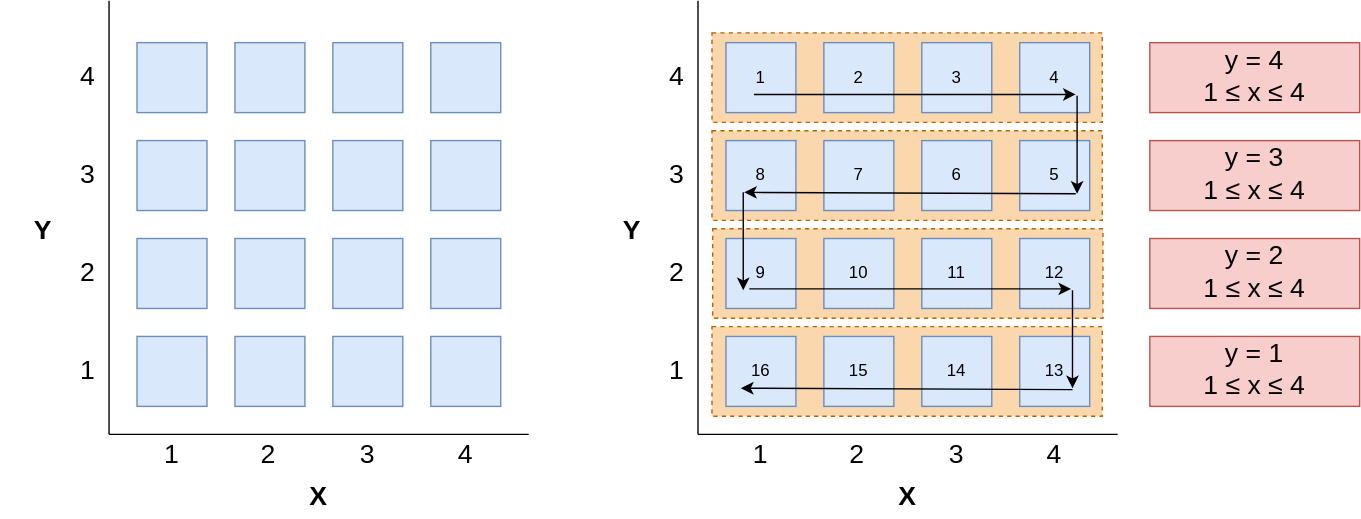
addu390/addu390.github.io keeps this draw.io diagram as assets/posts/spatial-index/space-filling-trivial-details.svg. Above is the earlier version. Source tidied: cells renumbered, new cells last; positions are measured from the earlier drawing's top-left corner, leaving out a move shared by most shapes.
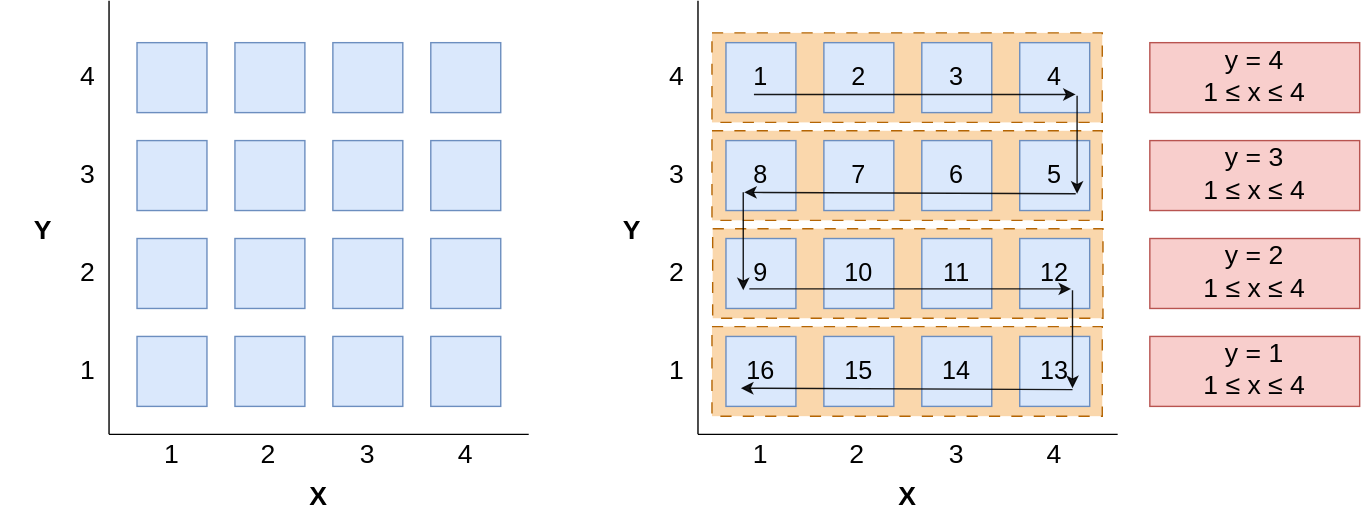
After the commit.

Diff of the diagram source:
```diff
@@ -2,64 +2,64 @@
   <root>
     <mxCell id="0" />
     <mxCell id="1" parent="0" />
-    <mxCell id="2" style="rounded=0;whiteSpace=wrap;html=1;fillColor=#fad7ac;strokeColor=#b46504;dashed=1;" parent="1" vertex="1">
+    <mxCell id="2" style="rounded=0;whiteSpace=wrap;html=1;fillColor=#fad7ac;strokeColor=#b46504;dashed=1;dashPattern=8 8;" parent="1" vertex="1">
       <mxGeometry x="508" y="93" width="279" height="64" as="geometry" />
     </mxCell>
-    <mxCell id="3" style="rounded=0;whiteSpace=wrap;html=1;fillColor=#fad7ac;strokeColor=#b46504;dashed=1;" parent="1" vertex="1">
+    <mxCell id="3" style="rounded=0;whiteSpace=wrap;html=1;fillColor=#fad7ac;strokeColor=#b46504;dashed=1;dashPattern=8 8;" parent="1" vertex="1">
       <mxGeometry x="508.5" y="163" width="279" height="64" as="geometry" />
     </mxCell>
-    <mxCell id="4" style="rounded=0;whiteSpace=wrap;html=1;fillColor=#fad7ac;strokeColor=#b46504;dashed=1;" parent="1" vertex="1">
+    <mxCell id="4" style="rounded=0;whiteSpace=wrap;html=1;fillColor=#fad7ac;strokeColor=#b46504;dashed=1;dashPattern=8 8;" parent="1" vertex="1">
       <mxGeometry x="508" y="233" width="279" height="64" as="geometry" />
     </mxCell>
-    <mxCell id="5" style="rounded=0;whiteSpace=wrap;html=1;fillColor=#fad7ac;strokeColor=#b46504;dashed=1;" parent="1" vertex="1">
+    <mxCell id="5" style="rounded=0;whiteSpace=wrap;html=1;fillColor=#fad7ac;strokeColor=#b46504;dashed=1;dashPattern=8 8;" parent="1" vertex="1">
       <mxGeometry x="508" y="23" width="279" height="64" as="geometry" />
     </mxCell>
-    <mxCell id="6" value="16" style="rounded=0;whiteSpace=wrap;html=1;fillColor=#dae8fc;strokeColor=#6c8ebf;" parent="1" vertex="1">
+    <mxCell id="6" value="16" style="rounded=0;whiteSpace=wrap;html=1;fillColor=#dae8fc;strokeColor=#6c8ebf;fontSize=18;" parent="1" vertex="1">
       <mxGeometry x="518" y="240" width="50" height="50" as="geometry" />
     </mxCell>
-    <mxCell id="7" value="15" style="rounded=0;whiteSpace=wrap;html=1;fillColor=#dae8fc;strokeColor=#6c8ebf;" parent="1" vertex="1">
+    <mxCell id="7" value="15" style="rounded=0;whiteSpace=wrap;html=1;fillColor=#dae8fc;strokeColor=#6c8ebf;fontSize=18;" parent="1" vertex="1">
       <mxGeometry x="588" y="240" width="50" height="50" as="geometry" />
     </mxCell>
-    <mxCell id="8" value="14" style="rounded=0;whiteSpace=wrap;html=1;fillColor=#dae8fc;strokeColor=#6c8ebf;" parent="1" vertex="1">
+    <mxCell id="8" value="14" style="rounded=0;whiteSpace=wrap;html=1;fillColor=#dae8fc;strokeColor=#6c8ebf;fontSize=18;" parent="1" vertex="1">
       <mxGeometry x="658" y="240" width="50" height="50" as="geometry" />
     </mxCell>
-    <mxCell id="9" value="13" style="rounded=0;whiteSpace=wrap;html=1;fillColor=#dae8fc;strokeColor=#6c8ebf;" parent="1" vertex="1">
+    <mxCell id="9" value="13" style="rounded=0;whiteSpace=wrap;html=1;fillColor=#dae8fc;strokeColor=#6c8ebf;fontSize=18;" parent="1" vertex="1">
       <mxGeometry x="728" y="240" width="50" height="50" as="geometry" />
     </mxCell>
-    <mxCell id="10" value="9" style="rounded=0;whiteSpace=wrap;html=1;fillColor=#dae8fc;strokeColor=#6c8ebf;" parent="1" vertex="1">
+    <mxCell id="10" value="9" style="rounded=0;whiteSpace=wrap;html=1;fillColor=#dae8fc;strokeColor=#6c8ebf;fontSize=18;" parent="1" vertex="1">
       <mxGeometry x="518" y="170" width="50" height="50" as="geometry" />
     </mxCell>
-    <mxCell id="11" value="10" style="rounded=0;whiteSpace=wrap;html=1;fillColor=#dae8fc;strokeColor=#6c8ebf;" parent="1" vertex="1">
+    <mxCell id="11" value="10" style="rounded=0;whiteSpace=wrap;html=1;fillColor=#dae8fc;strokeColor=#6c8ebf;fontSize=18;" parent="1" vertex="1">
       <mxGeometry x="588" y="170" width="50" height="50" as="geometry" />
     </mxCell>
-    <mxCell id="12" value="11" style="rounded=0;whiteSpace=wrap;html=1;fillColor=#dae8fc;strokeColor=#6c8ebf;" parent="1" vertex="1">
+    <mxCell id="12" value="11" style="rounded=0;whiteSpace=wrap;html=1;fillColor=#dae8fc;strokeColor=#6c8ebf;fontSize=18;" parent="1" vertex="1">
       <mxGeometry x="658" y="170" width="50" height="50" as="geometry" />
     </mxCell>
-    <mxCell id="13" value="12" style="rounded=0;whiteSpace=wrap;html=1;fillColor=#dae8fc;strokeColor=#6c8ebf;" parent="1" vertex="1">
+    <mxCell id="13" value="12" style="rounded=0;whiteSpace=wrap;html=1;fillColor=#dae8fc;strokeColor=#6c8ebf;fontSize=18;" parent="1" vertex="1">
       <mxGeometry x="728" y="170" width="50" height="50" as="geometry" />
     </mxCell>
-    <mxCell id="14" value="8" style="rounded=0;whiteSpace=wrap;html=1;fillColor=#dae8fc;strokeColor=#6c8ebf;" parent="1" vertex="1">
+    <mxCell id="14" value="8" style="rounded=0;whiteSpace=wrap;html=1;fillColor=#dae8fc;strokeColor=#6c8ebf;fontSize=18;" parent="1" vertex="1">
       <mxGeometry x="518" y="100" width="50" height="50" as="geometry" />
     </mxCell>
-    <mxCell id="15" value="7" style="rounded=0;whiteSpace=wrap;html=1;fillColor=#dae8fc;strokeColor=#6c8ebf;" parent="1" vertex="1">
+    <mxCell id="15" value="7" style="rounded=0;whiteSpace=wrap;html=1;fillColor=#dae8fc;strokeColor=#6c8ebf;fontSize=18;" parent="1" vertex="1">
       <mxGeometry x="588" y="100" width="50" height="50" as="geometry" />
     </mxCell>
-    <mxCell id="16" value="6" style="rounded=0;whiteSpace=wrap;html=1;fillColor=#dae8fc;strokeColor=#6c8ebf;" parent="1" vertex="1">
+    <mxCell id="16" value="6" style="rounded=0;whiteSpace=wrap;html=1;fillColor=#dae8fc;strokeColor=#6c8ebf;fontSize=18;" parent="1" vertex="1">
       <mxGeometry x="658" y="100" width="50" height="50" as="geometry" />
     </mxCell>
-    <mxCell id="17" value="5" style="rounded=0;whiteSpace=wrap;html=1;fillColor=#dae8fc;strokeColor=#6c8ebf;" parent="1" vertex="1">
+    <mxCell id="17" value="5" style="rounded=0;whiteSpace=wrap;html=1;fillColor=#dae8fc;strokeColor=#6c8ebf;fontSize=18;" parent="1" vertex="1">
       <mxGeometry x="728" y="100" width="50" height="50" as="geometry" />
     </mxCell>
-    <mxCell id="18" value="1" style="rounded=0;whiteSpace=wrap;html=1;fillColor=#dae8fc;strokeColor=#6c8ebf;" parent="1" vertex="1">
+    <mxCell id="18" value="1" style="rounded=0;whiteSpace=wrap;html=1;fillColor=#dae8fc;strokeColor=#6c8ebf;fontSize=18;" parent="1" vertex="1">
       <mxGeometry x="518" y="30" width="50" height="50" as="geometry" />
     </mxCell>
-    <mxCell id="19" value="2" style="rounded=0;whiteSpace=wrap;html=1;fillColor=#dae8fc;strokeColor=#6c8ebf;" parent="1" vertex="1">
+    <mxCell id="19" value="2" style="rounded=0;whiteSpace=wrap;html=1;fillColor=#dae8fc;strokeColor=#6c8ebf;fontSize=18;" parent="1" vertex="1">
       <mxGeometry x="588" y="30" width="50" height="50" as="geometry" />
     </mxCell>
-    <mxCell id="20" value="3" style="rounded=0;whiteSpace=wrap;html=1;fillColor=#dae8fc;strokeColor=#6c8ebf;" parent="1" vertex="1">
+    <mxCell id="20" value="3" style="rounded=0;whiteSpace=wrap;html=1;fillColor=#dae8fc;strokeColor=#6c8ebf;fontSize=18;" parent="1" vertex="1">
       <mxGeometry x="658" y="30" width="50" height="50" as="geometry" />
     </mxCell>
-    <mxCell id="21" value="4" style="rounded=0;whiteSpace=wrap;html=1;fillColor=#dae8fc;strokeColor=#6c8ebf;" parent="1" vertex="1">
+    <mxCell id="21" value="4" style="rounded=0;whiteSpace=wrap;html=1;fillColor=#dae8fc;strokeColor=#6c8ebf;fontSize=18;" parent="1" vertex="1">
       <mxGeometry x="728" y="30" width="50" height="50" as="geometry" />
     </mxCell>
     <mxCell id="22" style="endArrow=none;html=1;rounded=0;endFill=0;" parent="1" edge="1">
@@ -104,42 +104,42 @@
     <mxCell id="33" value="&lt;font style=&quot;font-size: 19px;&quot;&gt;&lt;b&gt;Y&lt;/b&gt;&lt;/font&gt;" style="text;html=1;align=center;verticalAlign=middle;whiteSpace=wrap;rounded=0;" parent="1" vertex="1">
       <mxGeometry x="421" y="150" width="60" height="30" as="geometry" />
     </mxCell>
-    <mxCell id="34" style="endArrow=classic;html=1;rounded=0;exitX=0.4;exitY=0.74;exitDx=0;exitDy=0;exitPerimeter=0;" parent="1" edge="1" source="18">
+    <mxCell id="34" style="endArrow=classic;html=1;rounded=0;exitX=0.4;exitY=0.74;exitDx=0;exitDy=0;exitPerimeter=0;textOpacity=50;opacity=90;" parent="1" edge="1" source="18">
       <mxGeometry relative="1" as="geometry">
         <mxPoint x="768" y="67" as="targetPoint" />
       </mxGeometry>
     </mxCell>
-    <mxCell id="35" style="endArrow=classic;html=1;rounded=0;exitX=0.82;exitY=0.8;exitDx=0;exitDy=0;exitPerimeter=0;entryX=0.5;entryY=0.2;entryDx=0;entryDy=0;entryPerimeter=0;" parent="1" edge="1">
+    <mxCell id="35" style="endArrow=classic;html=1;rounded=0;exitX=0.82;exitY=0.8;exitDx=0;exitDy=0;exitPerimeter=0;entryX=0.5;entryY=0.2;entryDx=0;entryDy=0;entryPerimeter=0;textOpacity=50;opacity=90;" parent="1" edge="1">
       <mxGeometry relative="1" as="geometry">
         <mxPoint x="769" y="68" as="sourcePoint" />
         <mxPoint x="769" y="138" as="targetPoint" />
       </mxGeometry>
     </mxCell>
-    <mxCell id="36" style="endArrow=classic;html=1;rounded=0;exitX=0.8;exitY=0.82;exitDx=0;exitDy=0;exitPerimeter=0;entryX=0.2;entryY=0.2;entryDx=0;entryDy=0;entryPerimeter=0;" parent="1" edge="1">
+    <mxCell id="36" style="endArrow=classic;html=1;rounded=0;exitX=0.8;exitY=0.82;exitDx=0;exitDy=0;exitPerimeter=0;entryX=0.2;entryY=0.2;entryDx=0;entryDy=0;entryPerimeter=0;textOpacity=50;opacity=90;" parent="1" edge="1">
       <mxGeometry relative="1" as="geometry">
         <mxPoint x="768" y="138" as="sourcePoint" />
         <mxPoint x="531" y="137" as="targetPoint" />
       </mxGeometry>
     </mxCell>
-    <mxCell id="37" style="endArrow=classic;html=1;rounded=0;exitX=0.4;exitY=0.74;exitDx=0;exitDy=0;exitPerimeter=0;" parent="1" edge="1">
+    <mxCell id="37" style="endArrow=classic;html=1;rounded=0;exitX=0.4;exitY=0.74;exitDx=0;exitDy=0;exitPerimeter=0;textOpacity=50;opacity=90;" parent="1" edge="1">
       <mxGeometry relative="1" as="geometry">
         <mxPoint x="534.7" y="206" as="sourcePoint" />
         <mxPoint x="764.7" y="206" as="targetPoint" />
       </mxGeometry>
     </mxCell>
-    <mxCell id="38" style="endArrow=classic;html=1;rounded=0;exitX=0.82;exitY=0.8;exitDx=0;exitDy=0;exitPerimeter=0;entryX=0.5;entryY=0.2;entryDx=0;entryDy=0;entryPerimeter=0;" parent="1" edge="1">
+    <mxCell id="38" style="endArrow=classic;html=1;rounded=0;exitX=0.82;exitY=0.8;exitDx=0;exitDy=0;exitPerimeter=0;entryX=0.5;entryY=0.2;entryDx=0;entryDy=0;entryPerimeter=0;textOpacity=50;opacity=90;" parent="1" edge="1">
       <mxGeometry relative="1" as="geometry">
         <mxPoint x="765.7" y="207" as="sourcePoint" />
         <mxPoint x="765.7" y="277" as="targetPoint" />
       </mxGeometry>
     </mxCell>
-    <mxCell id="39" style="endArrow=classic;html=1;rounded=0;exitX=0.8;exitY=0.82;exitDx=0;exitDy=0;exitPerimeter=0;entryX=0.2;entryY=0.2;entryDx=0;entryDy=0;entryPerimeter=0;" parent="1" edge="1">
+    <mxCell id="39" style="endArrow=classic;html=1;rounded=0;exitX=0.8;exitY=0.82;exitDx=0;exitDy=0;exitPerimeter=0;entryX=0.2;entryY=0.2;entryDx=0;entryDy=0;entryPerimeter=0;textOpacity=50;opacity=90;" parent="1" edge="1">
       <mxGeometry relative="1" as="geometry">
         <mxPoint x="765.7" y="278" as="sourcePoint" />
         <mxPoint x="528.7" y="277" as="targetPoint" />
       </mxGeometry>
     </mxCell>
-    <mxCell id="40" style="endArrow=classic;html=1;rounded=0;exitX=0.82;exitY=0.8;exitDx=0;exitDy=0;exitPerimeter=0;entryX=0.5;entryY=0.2;entryDx=0;entryDy=0;entryPerimeter=0;" parent="1" edge="1">
+    <mxCell id="40" style="endArrow=classic;html=1;rounded=0;exitX=0.82;exitY=0.8;exitDx=0;exitDy=0;exitPerimeter=0;entryX=0.5;entryY=0.2;entryDx=0;entryDy=0;entryPerimeter=0;textOpacity=50;opacity=90;" parent="1" edge="1">
       <mxGeometry relative="1" as="geometry">
         <mxPoint x="530.4" y="137" as="sourcePoint" />
         <mxPoint x="530.4" y="207" as="targetPoint" />
```
